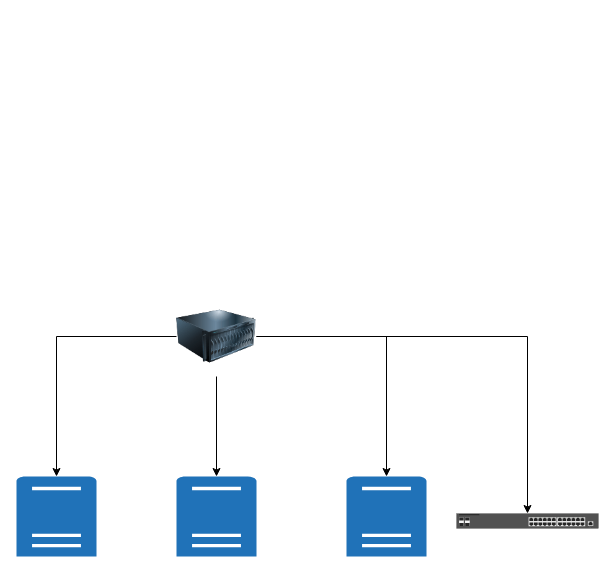
Before: Prueba.drawio in YOviedo-2402/hello-git, a draw.io diagram. Source tidied: cells renumbered, new cells numbered last; positions are measured from the earlier drawing's top-left corner, leaving out a move shared by most shapes. Both pictures are drawn from the tidied source at 100%, with x=0, y=0 at pixel (16, 296).
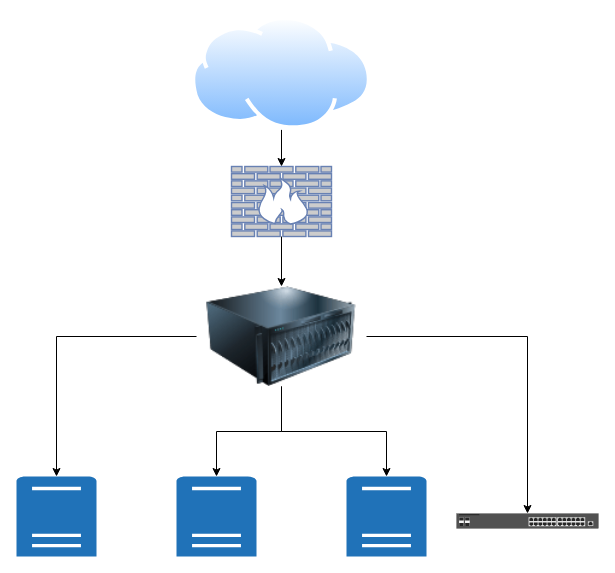
The same diagram, later.

What changed in the source:
```diff
@@
 <mxGraphModel>
   <root>
     <mxCell id="0" />
     <mxCell id="1" parent="0" />
     <mxCell id="2" style="edgeStyle=orthogonalEdgeStyle;rounded=0;jettySize=auto;html=1;" parent="1" edge="1" source="6" target="7">
       <mxGeometry relative="1" as="geometry" />
     </mxCell>
     <mxCell id="3" style="edgeStyle=orthogonalEdgeStyle;rounded=0;jettySize=auto;html=1;" parent="1" edge="1" source="6" target="8">
       <mxGeometry relative="1" as="geometry" />
     </mxCell>
     <mxCell id="4" style="edgeStyle=orthogonalEdgeStyle;rounded=0;jettySize=auto;html=1;" parent="1" edge="1" source="6" target="9">
       <mxGeometry relative="1" as="geometry" />
     </mxCell>
     <mxCell id="5" style="edgeStyle=orthogonalEdgeStyle;rounded=0;jettySize=auto;html=1;" parent="1" edge="1" source="6" target="10">
       <mxGeometry relative="1" as="geometry" />
     </mxCell>
     <mxCell id="6" style="image;html=1;image=img/lib/clip_art/computers/Server_128x128.png;" parent="1" vertex="1">
-      <mxGeometry x="160" width="80" height="80" as="geometry" />
+      <mxGeometry x="180" y="-10" width="170" height="100" as="geometry" />
     </mxCell>
     <mxCell id="7" style="sketch=0;shadow=0;dashed=0;html=1;strokeColor=none;labelPosition=center;verticalLabelPosition=bottom;verticalAlign=top;outlineConnect=0;align=center;shape=mxgraph.office.servers.physical_host;fillColor=#2072B8;" parent="1" vertex="1">
       <mxGeometry x="160" y="180" width="80" height="80" as="geometry" />
     </mxCell>
     <mxCell id="8" style="sketch=0;shadow=0;dashed=0;html=1;strokeColor=none;labelPosition=center;verticalLabelPosition=bottom;verticalAlign=top;outlineConnect=0;align=center;shape=mxgraph.office.servers.physical_host;fillColor=#2072B8;" parent="1" vertex="1">
       <mxGeometry y="180" width="80" height="80" as="geometry" />
     </mxCell>
     <mxCell id="9" style="sketch=0;shadow=0;dashed=0;html=1;strokeColor=none;labelPosition=center;verticalLabelPosition=bottom;verticalAlign=top;outlineConnect=0;align=center;shape=mxgraph.office.servers.physical_host;fillColor=#2072B8;" parent="1" vertex="1">
       <mxGeometry x="330" y="180" width="80" height="80" as="geometry" />
     </mxCell>
     <mxCell id="10" style="html=1;verticalLabelPosition=bottom;verticalAlign=top;outlineConnect=0;shadow=0;dashed=0;shape=mxgraph.rack.hpe_aruba.switches.jl253a_aruba_2930f_24g_4sfpplus_switch;" parent="1" vertex="1">
       <mxGeometry x="440" y="217" width="142" height="15" as="geometry" />
     </mxCell>
+    <mxCell id="11" style="edgeStyle=orthogonalEdgeStyle;rounded=0;jettySize=auto;html=1;" parent="1" edge="1" source="12" target="6">
+      <mxGeometry relative="1" as="geometry" />
+    </mxCell>
+    <mxCell id="12" style="fontColor=#0066CC;verticalAlign=top;verticalLabelPosition=bottom;labelPosition=center;align=center;html=1;outlineConnect=0;fillColor=#CCCCCC;strokeColor=#6881B3;gradientColor=none;gradientDirection=north;strokeWidth=2;shape=mxgraph.networks.firewall;" parent="1" vertex="1">
+      <mxGeometry x="215" y="-130" width="100" height="70" as="geometry" />
+    </mxCell>
+    <mxCell id="13" style="edgeStyle=orthogonalEdgeStyle;rounded=0;jettySize=auto;html=1;" parent="1" edge="1" source="14" target="12">
+      <mxGeometry relative="1" as="geometry" />
+    </mxCell>
+    <mxCell id="14" style="image;perimeter=ellipsePerimeter;html=1;align=center;shadow=0;dashed=0;spacingTop=3;image=img/lib/active_directory/internet_cloud.svg;" parent="1" vertex="1">
+      <mxGeometry x="175" y="-280" width="180" height="113.4" as="geometry" />
+    </mxCell>
   </root>
 </mxGraphModel>
```
